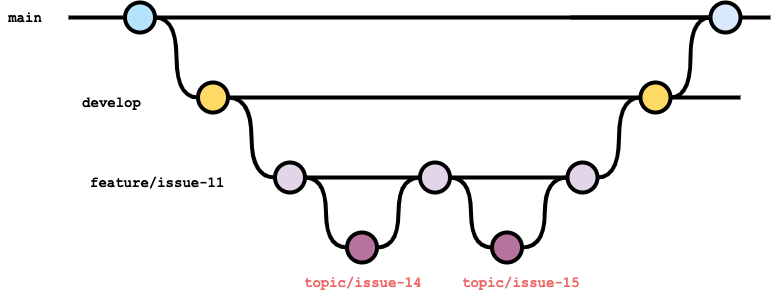
Before: documents/forGitBranch/branch_strategy_topic.drawio.png, a diagram exported from draw.io (future-architect/coding-standards). Source tidied: cells renumbered, new cells last; positions are measured from the earlier drawing's top-left corner, leaving out a move shared by most shapes.
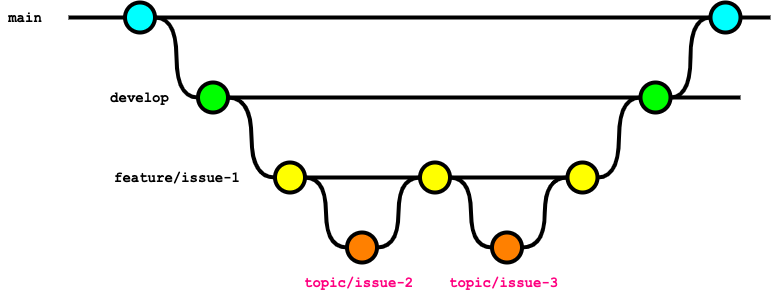
The same file after the commit.

Change to the diagram source:
```diff
@@ -2,21 +2,16 @@
   <root>
     <mxCell id="0" />
     <mxCell id="1" parent="0" />
-    <mxCell id="2" style="edgeStyle=orthogonalEdgeStyle;rounded=0;html=1;jettySize=auto;plain-blue;endArrow=none;endFill=0;strokeWidth=4;strokeColor=#000000;" parent="1" edge="1" source="4" target="6">
-      <mxGeometry x="153.5" y="220" as="geometry" />
-    </mxCell>
     <mxCell id="3" style="edgeStyle=orthogonalEdgeStyle;curved=1;rounded=0;html=1;exitX=1;exitY=0.5;exitPerimeter=0;entryX=0;entryY=0.5;entryPerimeter=0;endArrow=none;endFill=0;jettySize=auto;strokeWidth=4;fontSize=15;" parent="1" edge="1" source="4" target="9">
       <mxGeometry relative="1" as="geometry" />
     </mxCell>
-    <mxCell id="4" style="verticalLabelPosition=bottom;verticalAlign=top;html=1;strokeWidth=4;shape=mxgraph.flowchart.on-page_reference;plain-blue;gradientColor=none;fillColor=#B5E3Fe;strokeColor=#000000;" parent="1" vertex="1">
+    <mxCell id="4" style="verticalLabelPosition=bottom;verticalAlign=top;html=1;strokeWidth=4;shape=mxgraph.flowchart.on-page_reference;plain-blue;gradientColor=none;fillColor=#00FFFF;strokeColor=#000000;" parent="1" vertex="1">
       <mxGeometry x="124.5" width="30" height="30" as="geometry" />
     </mxCell>
-    <mxCell id="5" style="edgeStyle=orthogonalEdgeStyle;curved=1;rounded=0;jettySize=auto;html=1;endArrow=none;endFill=0;strokeWidth=4;fontFamily=Courier New;fontSize=16;" parent="1" edge="1" source="6">
-      <mxGeometry relative="1" as="geometry">
-        <mxPoint x="570" y="15" as="targetPoint" />
-      </mxGeometry>
+    <mxCell id="5" style="edgeStyle=orthogonalEdgeStyle;curved=1;rounded=0;jettySize=auto;html=1;endArrow=none;endFill=0;strokeWidth=4;fontFamily=Courier New;fontSize=16;entryX=1;entryY=0.5;entryDx=0;entryDy=0;entryPerimeter=0;" parent="1" edge="1" source="6" target="4">
+      <mxGeometry relative="1" as="geometry" />
     </mxCell>
-    <mxCell id="6" style="verticalLabelPosition=bottom;verticalAlign=top;html=1;strokeWidth=4;shape=mxgraph.flowchart.on-page_reference;plain-blue;gradientColor=none;strokeColor=#000000;" parent="1" vertex="1">
+    <mxCell id="6" style="verticalLabelPosition=bottom;verticalAlign=top;html=1;strokeWidth=4;shape=mxgraph.flowchart.on-page_reference;plain-blue;gradientColor=none;strokeColor=#000000;fillColor=#00FFFF;" parent="1" vertex="1">
       <mxGeometry x="710" width="30" height="30" as="geometry" />
     </mxCell>
     <mxCell id="7" style="edgeStyle=orthogonalEdgeStyle;rounded=0;html=1;jettySize=auto;strokeWidth=4;endArrow=none;endFill=0;" parent="1" edge="1" target="4">
@@ -27,22 +22,19 @@
     <mxCell id="8" value="main" style="text;html=1;strokeColor=none;fillColor=none;align=center;verticalAlign=middle;whiteSpace=wrap;overflow=hidden;fontSize=14;fontStyle=1;fontFamily=Courier New;" parent="1" vertex="1">
       <mxGeometry y="5" width="50" height="20" as="geometry" />
     </mxCell>
-    <mxCell id="9" style="verticalLabelPosition=bottom;verticalAlign=top;html=1;strokeWidth=4;shape=mxgraph.flowchart.on-page_reference;plain-purple;gradientColor=none;strokeColor=#000000;fillColor=#FFD966;" parent="1" vertex="1">
+    <mxCell id="9" style="verticalLabelPosition=bottom;verticalAlign=top;html=1;strokeWidth=4;shape=mxgraph.flowchart.on-page_reference;plain-purple;gradientColor=none;strokeColor=#000000;fillColor=#00FF00;" parent="1" vertex="1">
       <mxGeometry x="197.5" y="80" width="30" height="30" as="geometry" />
     </mxCell>
     <mxCell id="10" value="develop" style="text;html=1;strokeColor=none;fillColor=none;align=center;verticalAlign=middle;whiteSpace=wrap;overflow=hidden;fontSize=14;fontStyle=1;fontFamily=Courier New;" parent="1" vertex="1">
-      <mxGeometry x="30" y="90" width="162.5" height="20" as="geometry" />
+      <mxGeometry x="58.2" y="85" width="162.5" height="20" as="geometry" />
     </mxCell>
-    <mxCell id="11" value="feature/issue-11" style="text;html=1;strokeColor=none;fillColor=none;align=left;verticalAlign=middle;whiteSpace=wrap;overflow=hidden;fontSize=14;fontStyle=1;fontFamily=Courier New;" parent="1" vertex="1">
-      <mxGeometry x="88.1" y="170" width="162.5" height="20" as="geometry" />
+    <mxCell id="11" value="feature/issue-1" style="text;html=1;strokeColor=none;fillColor=none;align=left;verticalAlign=middle;whiteSpace=wrap;overflow=hidden;fontSize=14;fontStyle=1;fontFamily=Courier New;" parent="1" vertex="1">
+      <mxGeometry x="112" y="165" width="162.5" height="20" as="geometry" />
     </mxCell>
     <mxCell id="12" style="edgeStyle=orthogonalEdgeStyle;curved=1;rounded=0;html=1;exitX=1;exitY=0.5;exitPerimeter=0;entryX=0;entryY=0.5;entryPerimeter=0;endArrow=none;endFill=0;jettySize=auto;strokeWidth=4;fontSize=15;exitDx=0;exitDy=0;entryDx=0;entryDy=0;" parent="1" edge="1" source="9" target="16">
       <mxGeometry relative="1" as="geometry" />
     </mxCell>
-    <mxCell id="13" style="edgeStyle=orthogonalEdgeStyle;rounded=0;html=1;jettySize=auto;plain-blue;endArrow=none;endFill=0;strokeWidth=4;strokeColor=#000000;exitX=1;exitY=0.5;exitDx=0;exitDy=0;exitPerimeter=0;entryX=0;entryY=0.5;entryDx=0;entryDy=0;entryPerimeter=0;" parent="1" edge="1" source="9" target="14">
-      <mxGeometry x="153.5" y="220" as="geometry" />
-    </mxCell>
-    <mxCell id="14" style="verticalLabelPosition=bottom;verticalAlign=top;html=1;strokeWidth=4;shape=mxgraph.flowchart.on-page_reference;plain-purple;gradientColor=none;strokeColor=#000000;fillColor=#FFD966;" parent="1" vertex="1">
+    <mxCell id="14" style="verticalLabelPosition=bottom;verticalAlign=top;html=1;strokeWidth=4;shape=mxgraph.flowchart.on-page_reference;plain-purple;gradientColor=none;strokeColor=#000000;fillColor=#00FF00;" parent="1" vertex="1">
       <mxGeometry x="640" y="80" width="30" height="30" as="geometry" />
     </mxCell>
     <mxCell id="15" style="edgeStyle=orthogonalEdgeStyle;curved=1;rounded=0;jettySize=auto;html=1;endArrow=none;endFill=0;strokeWidth=4;fontFamily=Courier New;fontSize=16;exitX=1;exitY=0.5;exitDx=0;exitDy=0;exitPerimeter=0;" parent="1" edge="1" source="14">
@@ -50,33 +42,25 @@
         <mxPoint x="740" y="95" as="targetPoint" />
       </mxGeometry>
     </mxCell>
-    <mxCell id="16" style="verticalLabelPosition=bottom;verticalAlign=top;html=1;strokeWidth=4;shape=mxgraph.flowchart.on-page_reference;plain-purple;gradientColor=none;strokeColor=#000000;fillColor=#E1D5E7;" parent="1" vertex="1">
+    <mxCell id="16" style="verticalLabelPosition=bottom;verticalAlign=top;html=1;strokeWidth=4;shape=mxgraph.flowchart.on-page_reference;plain-purple;gradientColor=none;strokeColor=#000000;fillColor=#FFFF00;" parent="1" vertex="1">
       <mxGeometry x="274.5" y="160" width="30" height="30" as="geometry" />
     </mxCell>
-    <mxCell id="17" style="verticalLabelPosition=bottom;verticalAlign=top;html=1;strokeWidth=4;shape=mxgraph.flowchart.on-page_reference;plain-purple;gradientColor=none;strokeColor=#000000;fillColor=#B5739D;" parent="1" vertex="1">
+    <mxCell id="17" style="verticalLabelPosition=bottom;verticalAlign=top;html=1;strokeWidth=4;shape=mxgraph.flowchart.on-page_reference;plain-purple;gradientColor=none;strokeColor=#000000;fillColor=#FF8000;" parent="1" vertex="1">
       <mxGeometry x="346.5" y="230" width="30" height="30" as="geometry" />
     </mxCell>
-    <mxCell id="18" style="verticalLabelPosition=bottom;verticalAlign=top;html=1;strokeWidth=4;shape=mxgraph.flowchart.on-page_reference;plain-purple;gradientColor=none;strokeColor=#000000;fillColor=#E1D5E7;" parent="1" vertex="1">
+    <mxCell id="18" style="verticalLabelPosition=bottom;verticalAlign=top;html=1;strokeWidth=4;shape=mxgraph.flowchart.on-page_reference;plain-purple;gradientColor=none;strokeColor=#000000;fillColor=#FFFF00;" parent="1" vertex="1">
       <mxGeometry x="419.5" y="160" width="30" height="30" as="geometry" />
     </mxCell>
     <mxCell id="19" style="edgeStyle=orthogonalEdgeStyle;curved=1;rounded=0;html=1;exitX=1;exitY=0.5;exitPerimeter=0;entryX=0;entryY=0.5;entryPerimeter=0;endArrow=none;endFill=0;jettySize=auto;strokeWidth=4;fontSize=15;exitDx=0;exitDy=0;entryDx=0;entryDy=0;" parent="1" edge="1" source="16" target="17">
       <mxGeometry relative="1" as="geometry" />
     </mxCell>
-    <mxCell id="20" style="edgeStyle=orthogonalEdgeStyle;rounded=0;html=1;jettySize=auto;plain-blue;endArrow=none;endFill=0;strokeWidth=4;strokeColor=#000000;exitX=1;exitY=0.5;exitDx=0;exitDy=0;exitPerimeter=0;" parent="1" edge="1" source="16">
-      <mxGeometry x="153.5" y="220" as="geometry">
-        <mxPoint x="417" y="175" as="targetPoint" />
-      </mxGeometry>
-    </mxCell>
     <mxCell id="21" style="edgeStyle=orthogonalEdgeStyle;curved=1;rounded=0;html=1;exitX=1;exitY=0.5;exitPerimeter=0;entryX=0;entryY=0.5;entryPerimeter=0;endArrow=none;endFill=0;jettySize=auto;strokeWidth=4;fontSize=15;exitDx=0;exitDy=0;entryDx=0;entryDy=0;" parent="1" edge="1" source="17" target="18">
       <mxGeometry relative="1" as="geometry" />
     </mxCell>
-    <mxCell id="22" style="verticalLabelPosition=bottom;verticalAlign=top;html=1;strokeWidth=4;shape=mxgraph.flowchart.on-page_reference;plain-purple;gradientColor=none;strokeColor=#000000;fillColor=#B5739D;" parent="1" vertex="1">
+    <mxCell id="22" style="verticalLabelPosition=bottom;verticalAlign=top;html=1;strokeWidth=4;shape=mxgraph.flowchart.on-page_reference;plain-purple;gradientColor=none;strokeColor=#000000;fillColor=#FF8000;" parent="1" vertex="1">
       <mxGeometry x="491.5" y="230" width="30" height="30" as="geometry" />
     </mxCell>
-    <mxCell id="23" style="edgeStyle=orthogonalEdgeStyle;rounded=0;html=1;jettySize=auto;plain-blue;endArrow=none;endFill=0;strokeWidth=4;strokeColor=#000000;exitX=1;exitY=0.5;exitDx=0;exitDy=0;exitPerimeter=0;" parent="1" edge="1" source="18" target="24">
-      <mxGeometry x="153.5" y="220" as="geometry" />
-    </mxCell>
-    <mxCell id="24" style="verticalLabelPosition=bottom;verticalAlign=top;html=1;strokeWidth=4;shape=mxgraph.flowchart.on-page_reference;plain-purple;gradientColor=none;strokeColor=#000000;fillColor=#E1D5E7;" parent="1" vertex="1">
+    <mxCell id="24" style="verticalLabelPosition=bottom;verticalAlign=top;html=1;strokeWidth=4;shape=mxgraph.flowchart.on-page_reference;plain-purple;gradientColor=none;strokeColor=#000000;fillColor=#FFFF00;" parent="1" vertex="1">
       <mxGeometry x="567" y="160" width="30" height="30" as="geometry" />
     </mxCell>
     <mxCell id="25" style="edgeStyle=orthogonalEdgeStyle;curved=1;rounded=0;html=1;exitX=0;exitY=0.5;exitPerimeter=0;entryX=1;entryY=0.5;entryPerimeter=0;endArrow=none;endFill=0;jettySize=auto;strokeWidth=4;fontSize=15;exitDx=0;exitDy=0;entryDx=0;entryDy=0;" parent="1" edge="1" source="22" target="18">
@@ -96,11 +80,20 @@
     <mxCell id="29" style="edgeStyle=orthogonalEdgeStyle;curved=1;rounded=0;jettySize=auto;html=1;endArrow=none;endFill=0;strokeWidth=4;fontFamily=Courier New;fontSize=16;exitX=1;exitY=0.5;exitDx=0;exitDy=0;exitPerimeter=0;entryX=0;entryY=0.5;entryDx=0;entryDy=0;entryPerimeter=0;" parent="1" edge="1" source="14" target="6">
       <mxGeometry relative="1" as="geometry" />
     </mxCell>
-    <mxCell id="30" value="topic/issue-14" style="text;html=1;strokeColor=none;fillColor=none;align=left;verticalAlign=middle;whiteSpace=wrap;overflow=hidden;fontSize=14;fontStyle=1;fontFamily=Courier New;fontColor=#EA6B66;" parent="1" vertex="1">
+    <mxCell id="30" value="topic/issue-2" style="text;html=1;strokeColor=none;fillColor=none;align=left;verticalAlign=middle;whiteSpace=wrap;overflow=hidden;fontSize=14;fontStyle=1;fontFamily=Courier New;fontColor=#FF0080;" parent="1" vertex="1">
       <mxGeometry x="301.5" y="270" width="120" height="20" as="geometry" />
     </mxCell>
-    <mxCell id="31" value="topic/issue-15" style="text;html=1;strokeColor=none;fillColor=none;align=left;verticalAlign=middle;whiteSpace=wrap;overflow=hidden;fontSize=14;fontStyle=1;fontFamily=Courier New;fontColor=#EA6B66;" parent="1" vertex="1">
-      <mxGeometry x="460" y="270" width="120" height="20" as="geometry" />
+    <mxCell id="31" value="topic/issue-3" style="text;html=1;strokeColor=none;fillColor=none;align=left;verticalAlign=middle;whiteSpace=wrap;overflow=hidden;fontSize=14;fontStyle=1;fontFamily=Courier New;fontColor=#FF0080;" parent="1" vertex="1">
+      <mxGeometry x="446.5" y="270" width="120" height="20" as="geometry" />
     </mxCell>
+    <mxCell id="13" style="edgeStyle=orthogonalEdgeStyle;curved=1;rounded=0;jettySize=auto;html=1;endArrow=none;endFill=0;strokeWidth=4;fontFamily=Courier New;fontSize=16;exitX=1;exitY=0.5;exitDx=0;exitDy=0;exitPerimeter=0;entryX=0;entryY=0.5;entryDx=0;entryDy=0;entryPerimeter=0;" parent="1" edge="1" source="9" target="14">
+      <mxGeometry relative="1" as="geometry" />
+    </mxCell>
+    <mxCell id="32" style="edgeStyle=orthogonalEdgeStyle;curved=1;rounded=0;jettySize=auto;html=1;endArrow=none;endFill=0;strokeWidth=4;fontFamily=Courier New;fontSize=16;exitX=1;exitY=0.5;exitDx=0;exitDy=0;exitPerimeter=0;entryX=0;entryY=0.5;entryDx=0;entryDy=0;entryPerimeter=0;" parent="1" edge="1" source="16" target="18">
+      <mxGeometry relative="1" as="geometry" />
+    </mxCell>
+    <mxCell id="23" style="edgeStyle=orthogonalEdgeStyle;curved=1;rounded=0;jettySize=auto;html=1;endArrow=none;endFill=0;strokeWidth=4;fontFamily=Courier New;fontSize=16;exitX=1;exitY=0.5;exitDx=0;exitDy=0;exitPerimeter=0;" parent="1" edge="1" source="18" target="24">
+      <mxGeometry relative="1" as="geometry" />
+    </mxCell>
   </root>
 </mxGraphModel>
```
